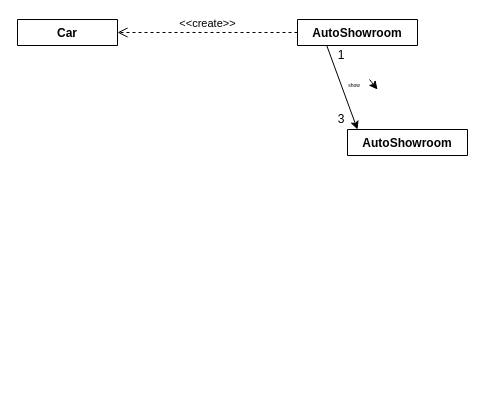
haozixin/FIT2099-Bootcampt-project keeps this draw.io diagram as AutoShowroom/UML diagram.drawio. Above is the earlier version. Source tidied: cells renumbered, new cells numbered last; positions are measured from the earlier drawing's top-left corner, leaving out a move shared by most shapes. Both pictures are drawn from the tidied source at 100%, with x=0, y=0 at pixel (17, 19). Pictures stored in the file or linked from it are replaced by grey dashed boxes.
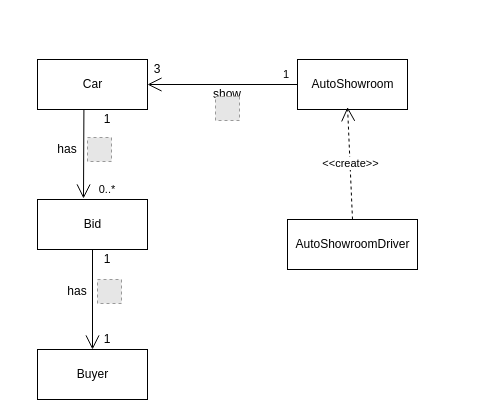
The same diagram, later.

Change to the diagram source:
```diff
@@
-    <mxCell id="2" value="Car" style="swimlane;fontStyle=1;align=center;verticalAlign=top;horizontal=1;startSize=26;" parent="1" vertex="1" collapsed="1">
-      <mxGeometry width="100" height="26" as="geometry" />
+    <mxCell id="2" value="Car" style="html=1;" parent="1" vertex="1">
+      <mxGeometry x="20" y="40" width="110" height="50" as="geometry" />
     </mxCell>
-    <mxCell id="3" value="AutoShowroom" style="swimlane;fontStyle=1;align=center;verticalAlign=top;horizontal=1;startSize=26;" parent="1" vertex="1" collapsed="1">
-      <mxGeometry x="280" width="120" height="26" as="geometry" />
-    </mxCell>
-    <mxCell id="4" value="AutoShowroom" style="swimlane;fontStyle=1;align=center;verticalAlign=top;horizontal=1;startSize=26;" parent="1" vertex="1" collapsed="1">
-      <mxGeometry x="330" y="110" width="120" height="26" as="geometry" />
-    </mxCell>
-    <mxCell id="5" style="endArrow=classic;html=1;exitX=0.133;exitY=0.01;exitDx=0;exitDy=0;exitPerimeter=0;" parent="1" edge="1" source="8">
-      <mxGeometry relative="1" as="geometry">
-        <mxPoint x="340" y="110" as="targetPoint" />
-      </mxGeometry>
-    </mxCell>
+    <mxCell id="11" value="AutoShowroom" style="html=1;" parent="1" vertex="1">
+      <mxGeometry x="280" y="40" width="110" height="50" as="geometry" />
+    </mxCell>
+    <mxCell id="12" value="AutoShowroomDriver" style="html=1;" parent="1" vertex="1">
+      <mxGeometry x="270" y="200" width="130" height="50" as="geometry" />
+    </mxCell>
+    <mxCell id="13" value="Bid" style="html=1;" parent="1" vertex="1">
+      <mxGeometry x="20" y="180" width="110" height="50" as="geometry" />
+    </mxCell>
+    <mxCell id="14" value="Buyer" style="html=1;" parent="1" vertex="1">
+      <mxGeometry x="20" y="330" width="110" height="50" as="geometry" />
+    </mxCell>
+    <mxCell id="15" value="1" style="edgeLabel;html=1;align=left;verticalAlign=bottom;" parent="1" vertex="1">
+      <mxGeometry x="150" y="75" as="geometry">
+        <mxPoint x="114" y="-12" as="offset" />
+      </mxGeometry>
+    </mxCell>
+    <mxCell id="16" value="&lt;span style=&quot;font-size: 11px&quot;&gt;0..*&lt;/span&gt;" style="text;html=1;strokeColor=none;fillColor=none;align=center;verticalAlign=middle;whiteSpace=wrap;rounded=0;" parent="1" vertex="1">
+      <mxGeometry x="70" y="160" width="40" height="20" as="geometry" />
+    </mxCell>
-    <mxCell id="6" value="&amp;lt;&amp;lt;create&amp;gt;&amp;gt;" style="html=1;verticalAlign=bottom;endArrow=open;dashed=1;endSize=8;entryX=1;entryY=0.5;entryDx=0;entryDy=0;exitX=0;exitY=0.5;exitDx=0;exitDy=0;" parent="1" edge="1" source="3" target="2">
+    <mxCell id="6" value="&amp;lt;&amp;lt;create&amp;gt;&amp;gt;" style="endArrow=open;endSize=12;dashed=1;html=1;exitX=0.5;exitY=0;exitDx=0;exitDy=0;entryX=0.455;entryY=0.951;entryDx=0;entryDy=0;entryPerimeter=0;" parent="1" edge="1" source="12" target="11">
       <mxGeometry relative="1" as="geometry" />
     </mxCell>
+    <mxCell id="17" style="endArrow=open;endFill=1;endSize=12;html=1;exitX=0;exitY=0.5;exitDx=0;exitDy=0;entryX=1;entryY=0.5;entryDx=0;entryDy=0;" parent="1" edge="1" source="11" target="2">
+      <mxGeometry relative="1" as="geometry" />
+    </mxCell>
+    <mxCell id="18" style="endArrow=open;endFill=1;endSize=12;html=1;exitX=0.422;exitY=0.996;exitDx=0;exitDy=0;exitPerimeter=0;" parent="1" edge="1" source="2">
+      <mxGeometry relative="1" as="geometry">
+        <mxPoint x="66" y="179" as="targetPoint" />
+      </mxGeometry>
+    </mxCell>
+    <mxCell id="19" style="endArrow=open;endFill=1;endSize=12;html=1;exitX=0.5;exitY=1;exitDx=0;exitDy=0;" parent="1" edge="1" source="13" target="14">
+      <mxGeometry relative="1" as="geometry" />
+    </mxCell>
+    <mxCell id="20" value="1" style="text;html=1;strokeColor=none;fillColor=none;align=center;verticalAlign=middle;whiteSpace=wrap;rounded=0;" parent="1" vertex="1">
+      <mxGeometry x="70" y="90" width="40" height="20" as="geometry" />
+    </mxCell>
+    <mxCell id="21" value="has" style="text;html=1;strokeColor=none;fillColor=none;align=center;verticalAlign=middle;whiteSpace=wrap;rounded=0;" parent="1" vertex="1">
+      <mxGeometry x="30" y="120" width="40" height="20" as="geometry" />
+    </mxCell>
     <mxCell id="7" value="3" style="text;html=1;strokeColor=none;fillColor=none;align=center;verticalAlign=middle;whiteSpace=wrap;rounded=0;" parent="1" vertex="1">
-      <mxGeometry x="304" y="90" width="40" height="20" as="geometry" />
+      <mxGeometry x="120" y="40" width="40" height="20" as="geometry" />
     </mxCell>
-    <mxCell id="8" value="1" style="text;html=1;strokeColor=none;fillColor=none;align=center;verticalAlign=middle;whiteSpace=wrap;rounded=0;" parent="1" vertex="1">
-      <mxGeometry x="304" y="26" width="40" height="20" as="geometry" />
-    </mxCell>
-    <mxCell id="9" value="&lt;font style=&quot;font-size: 5px;&quot;&gt;show&lt;/font&gt;" style="text;html=1;strokeColor=none;fillColor=none;align=center;verticalAlign=middle;whiteSpace=wrap;rounded=0;fontSize=5;" parent="1" vertex="1">
-      <mxGeometry x="324" y="60" width="26" height="10" as="geometry" />
+    <mxCell id="9" value="show" style="text;html=1;strokeColor=none;fillColor=none;align=center;verticalAlign=middle;whiteSpace=wrap;rounded=0;" parent="1" vertex="1">
+      <mxGeometry x="190" y="65" width="40" height="20" as="geometry" />
     </mxCell>
-    <mxCell id="10" style="endArrow=classic;html=1;fontSize=5;" parent="1" edge="1">
-      <mxGeometry relative="1" as="geometry">
-        <mxPoint x="352" y="60" as="sourcePoint" />
-        <mxPoint x="360" y="70" as="targetPoint" />
-        <Array as="points">
-          <mxPoint x="360" y="70" />
-        </Array>
-      </mxGeometry>
-    </mxCell>
+    <mxCell id="22" style="fillColor=#E6E6E6;strokeColor=#999999;dashed=1;html=1;verticalAlign=top;verticalLabelPosition=bottom;labelBackgroundColor=#ffffff;rotation=90;" parent="1" vertex="1">
+      <mxGeometry x="198" y="77" width="24" height="24" as="geometry" />
+    </mxCell>
+    <mxCell id="23" style="fillColor=#E6E6E6;strokeColor=#999999;dashed=1;html=1;verticalAlign=top;verticalLabelPosition=bottom;labelBackgroundColor=#ffffff;rotation=0;" parent="1" vertex="1">
+      <mxGeometry x="70" y="118" width="24" height="24" as="geometry" />
+    </mxCell>
+    <mxCell id="24" value="1" style="text;html=1;strokeColor=none;fillColor=none;align=center;verticalAlign=middle;whiteSpace=wrap;rounded=0;" parent="1" vertex="1">
+      <mxGeometry x="70" y="230" width="40" height="20" as="geometry" />
+    </mxCell>
+    <mxCell id="25" value="1" style="text;html=1;strokeColor=none;fillColor=none;align=center;verticalAlign=middle;whiteSpace=wrap;rounded=0;" parent="1" vertex="1">
+      <mxGeometry x="70" y="310" width="40" height="20" as="geometry" />
+    </mxCell>
+    <mxCell id="26" value="has" style="text;html=1;strokeColor=none;fillColor=none;align=center;verticalAlign=middle;whiteSpace=wrap;rounded=0;" parent="1" vertex="1">
+      <mxGeometry x="40" y="262" width="40" height="20" as="geometry" />
+    </mxCell>
+    <mxCell id="27" style="fillColor=#E6E6E6;strokeColor=#999999;dashed=1;html=1;verticalAlign=top;verticalLabelPosition=bottom;labelBackgroundColor=#ffffff;rotation=0;" parent="1" vertex="1">
+      <mxGeometry x="80" y="260" width="24" height="24" as="geometry" />
+    </mxCell>
```
